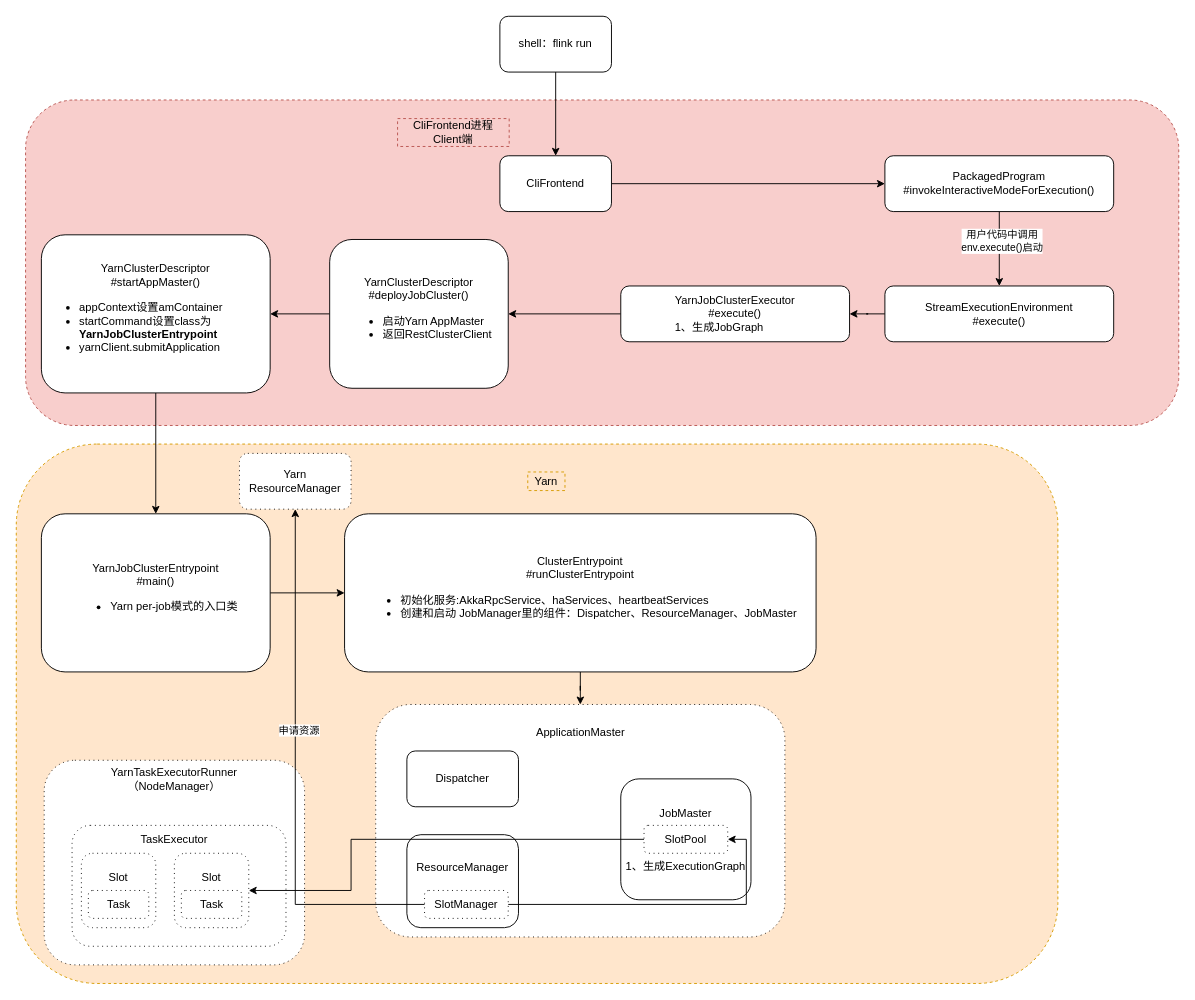
This is Flink/Flink源码-任务提交流程.drawio from chenshuai1995/a-imgs, a draw.io file, before an edit. Source tidied: cells renumbered, new cells numbered last; positions are measured from the earlier drawing's top-left corner, leaving out a move shared by most shapes. Both pictures are drawn from the tidied source at 93%, with x=0, y=0 at pixel (16, 16).
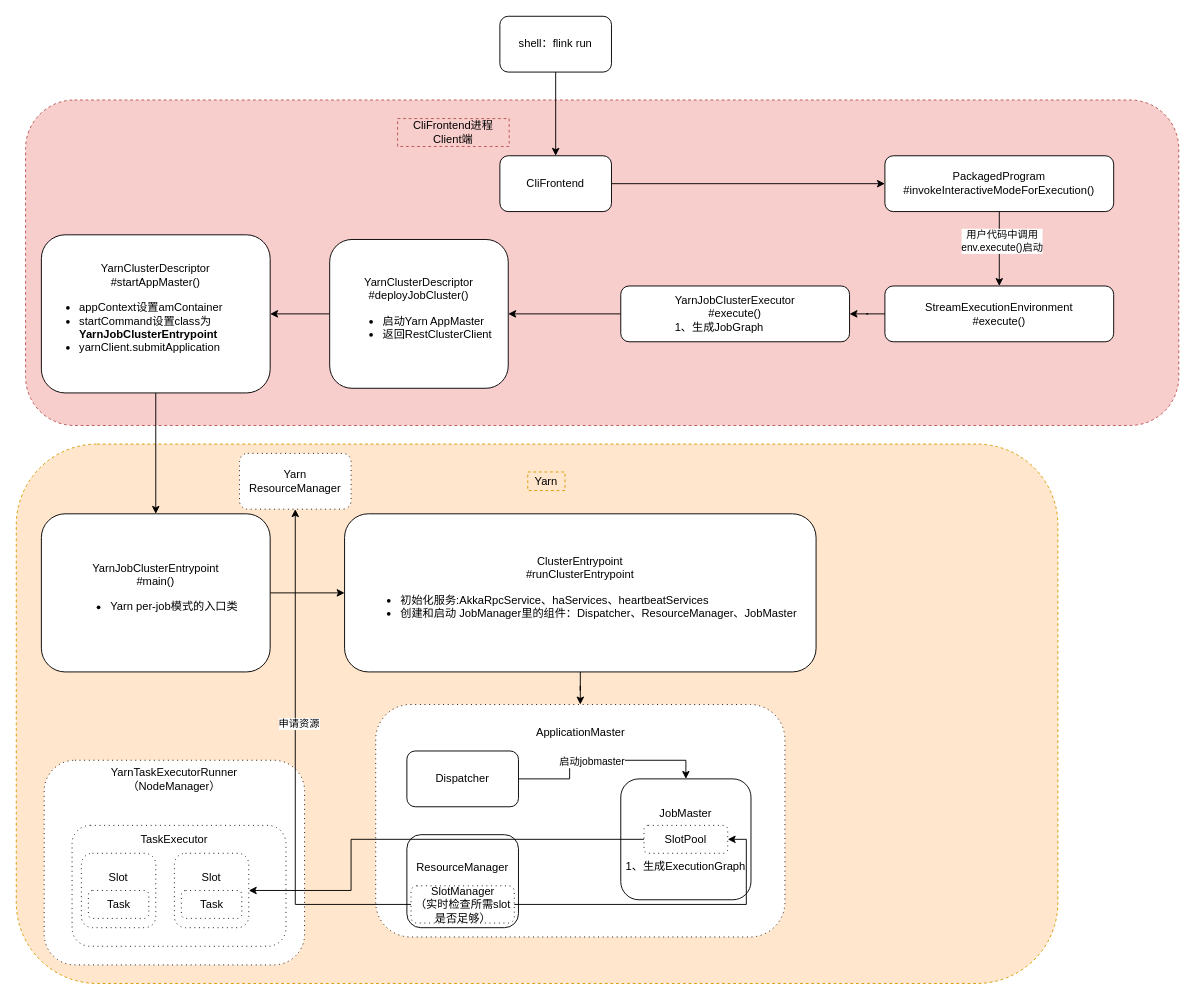
After the change.

Commit message:
更新Flink源码-任务提交流程.drawio

Unchanged cells that the change refers to:
```xml
<mxCell id="27" value="Dispatcher" style="rounded=1;whiteSpace=wrap;html=1;" parent="1" vertex="1">
  <mxGeometry x="420" y="790" width="120" height="60" as="geometry" />
</mxCell>
<mxCell id="31" value="JobMaster&lt;br&gt;&lt;br&gt;&lt;br&gt;&lt;br&gt;&lt;div style=&quot;text-align: left&quot;&gt;1、生成ExecutionGraph&lt;/div&gt;" style="rounded=1;whiteSpace=wrap;html=1;" parent="1" vertex="1">
  <mxGeometry x="650" y="820" width="140" height="130" as="geometry" />
</mxCell>
```

Diff of the diagram source:
```diff
@@
+    <mxCell id="45" style="edgeStyle=orthogonalEdgeStyle;rounded=0;jettySize=auto;html=1;entryX=0.5;entryY=0;entryDx=0;entryDy=0;" parent="1" edge="1" source="27" target="31">
+      <mxGeometry relative="1" as="geometry" />
+    </mxCell>
+    <mxCell id="46" value="启动jobmaster" style="edgeLabel;html=1;align=center;verticalAlign=middle;" parent="45" vertex="1">
+      <mxGeometry x="-0.11" y="-1" relative="1" as="geometry" />
+    </mxCell>
@@
-    <mxCell id="30" value="SlotManager" style="rounded=1;whiteSpace=wrap;html=1;dashed=1;dashPattern=1 4;" parent="1" vertex="1">
-      <mxGeometry x="439" y="940" width="90" height="30" as="geometry" />
+    <mxCell id="30" value="SlotManager&lt;br&gt;（实时检查所需slot是否足够）" style="rounded=1;whiteSpace=wrap;html=1;dashed=1;dashPattern=1 4;" parent="1" vertex="1">
+      <mxGeometry x="424.5" y="935" width="111" height="40" as="geometry" />
     </mxCell>
```
